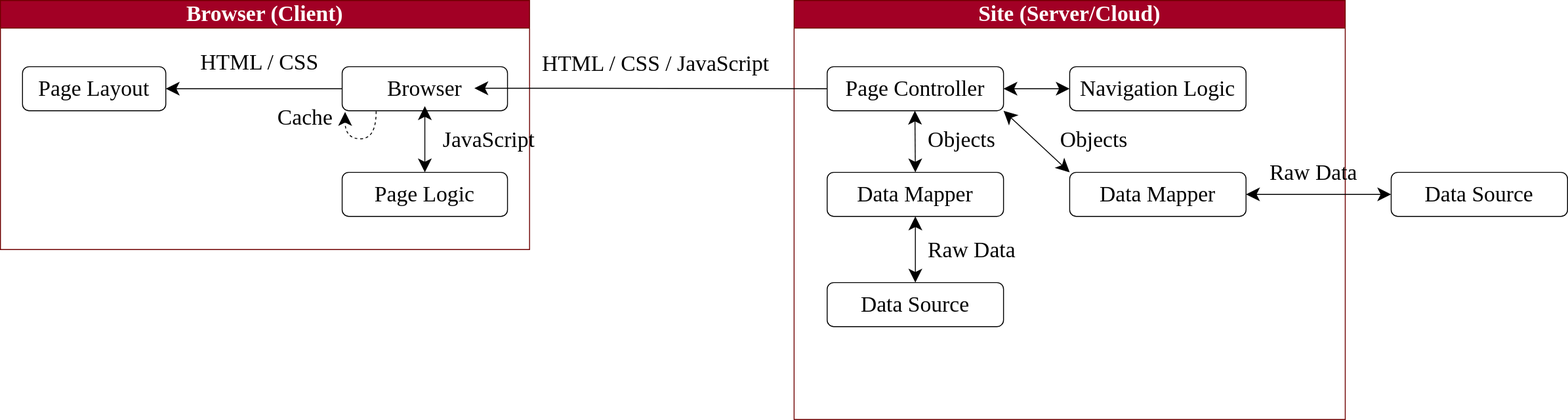
Above: slides/images/website-traditional-high-level.drawio.svg in andylech/talk-mobile-secrets (draw.io), before the change. Source tidied: cells renumbered, new cells last; positions are measured from the earlier drawing's top-left corner, leaving out a move shared by most shapes. Source of this version:
```xml
<mxGraphModel>
  <root>
    <mxCell id="0" />
    <mxCell id="1" parent="0" />
    <mxCell id="2" value="&lt;font style=&quot;font-size: 24px;&quot;&gt;Browser (Client)&lt;/font&gt;" style="swimlane;whiteSpace=wrap;html=1;fillColor=#a20025;fontColor=#ffffff;strokeColor=#6F0000;swimlaneFillColor=none;startSize=30;glass=0;rounded=0;fontSize=24;fontFamily=Martel Sans;fontSource=https%3A%2F%2Ffonts.googleapis.com%2Fcss%3Ffamily%3DMartel%2BSans;" parent="1" vertex="1">
      <mxGeometry width="576" height="271" as="geometry" />
    </mxCell>
    <mxCell id="3" value="Browser" style="rounded=1;whiteSpace=wrap;html=1;fontSize=24;startSize=30;fillColor=none;gradientColor=none;labelBackgroundColor=default;fontFamily=Martel Sans;fontSource=https%3A%2F%2Ffonts.googleapis.com%2Fcss%3Ffamily%3DMartel%2BSans;" parent="2" vertex="1">
      <mxGeometry x="372" y="72" width="180" height="48" as="geometry" />
    </mxCell>
    <mxCell id="4" value="&lt;font style=&quot;font-size: 24px;&quot;&gt;Page Layout&lt;/font&gt;" style="rounded=1;whiteSpace=wrap;html=1;fontSize=24;startSize=30;fillColor=none;gradientColor=none;labelBackgroundColor=default;fontFamily=Martel Sans;fontSource=https%3A%2F%2Ffonts.googleapis.com%2Fcss%3Ffamily%3DMartel%2BSans;" parent="2" vertex="1">
      <mxGeometry x="24" y="72" width="156" height="48" as="geometry" />
    </mxCell>
    <mxCell id="5" style="endArrow=none;html=1;fontSize=24;startSize=12;entryX=0;entryY=0.5;entryDx=0;entryDy=0;startArrow=classic;startFill=1;endFill=0;fontFamily=Martel Sans;fontSource=https%3A%2F%2Ffonts.googleapis.com%2Fcss%3Ffamily%3DMartel%2BSans;exitX=1;exitY=0.5;exitDx=0;exitDy=0;" parent="2" edge="1" source="4" target="3">
      <mxGeometry relative="1" as="geometry">
        <Array as="points">
          <mxPoint x="276" y="96" />
        </Array>
      </mxGeometry>
    </mxCell>
    <mxCell id="6" value="HTML / CSS" style="edgeLabel;html=1;align=left;verticalAlign=bottom;rounded=0;glass=0;labelBackgroundColor=none;labelBorderColor=none;fontSize=24;startSize=30;fillColor=none;gradientColor=none;fontFamily=Martel Sans;fontSource=https%3A%2F%2Ffonts.googleapis.com%2Fcss%3Ffamily%3DMartel%2BSans;" parent="5" vertex="1">
      <mxGeometry x="-1" relative="1" as="geometry">
        <mxPoint x="36" y="-12" as="offset" />
      </mxGeometry>
    </mxCell>
    <mxCell id="7" value="Page Logic" style="rounded=1;whiteSpace=wrap;html=1;fontSize=24;startSize=30;fillColor=none;gradientColor=none;labelBackgroundColor=default;fontFamily=Martel Sans;fontSource=https%3A%2F%2Ffonts.googleapis.com%2Fcss%3Ffamily%3DMartel%2BSans;" parent="2" vertex="1">
      <mxGeometry x="372" y="187" width="180" height="48" as="geometry" />
    </mxCell>
    <mxCell id="8" style="endArrow=classic;html=1;fontSize=24;startSize=12;startArrow=classic;startFill=1;endFill=1;endSize=12;entryX=0.5;entryY=0.896;entryDx=0;entryDy=0;entryPerimeter=0;fontFamily=Martel Sans;fontSource=https%3A%2F%2Ffonts.googleapis.com%2Fcss%3Ffamily%3DMartel%2BSans;exitX=0.5;exitY=0;exitDx=0;exitDy=0;" parent="2" edge="1" source="7" target="3">
      <mxGeometry relative="1" as="geometry" />
    </mxCell>
    <mxCell id="9" value="JavaScript" style="edgeLabel;html=1;align=left;verticalAlign=bottom;rounded=0;glass=0;labelBackgroundColor=none;labelBorderColor=none;fontSize=24;startSize=30;fillColor=none;gradientColor=none;fontFamily=Martel Sans;fontSource=https%3A%2F%2Ffonts.googleapis.com%2Fcss%3Ffamily%3DMartel%2BSans;" parent="8" vertex="1">
      <mxGeometry x="-1" relative="1" as="geometry">
        <mxPoint x="18" y="-19" as="offset" />
      </mxGeometry>
    </mxCell>
    <mxCell id="10" style="endArrow=classic;html=1;fontSize=24;startSize=12;endSize=12;edgeStyle=orthogonalEdgeStyle;curved=1;exitX=0.25;exitY=1;exitDx=0;exitDy=0;entryX=0.074;entryY=1.017;entryDx=0;entryDy=0;entryPerimeter=0;dashed=1;fontFamily=Martel Sans;fontSource=https%3A%2F%2Ffonts.googleapis.com%2Fcss%3Ffamily%3DMartel%2BSans;" parent="2" edge="1">
      <mxGeometry relative="1" as="geometry">
        <mxPoint x="409" y="120.5" as="sourcePoint" />
        <mxPoint x="375.2" y="121.3" as="targetPoint" />
        <Array as="points">
          <mxPoint x="409" y="150.5" />
          <mxPoint x="375" y="150.5" />
        </Array>
      </mxGeometry>
    </mxCell>
    <mxCell id="11" value="Cache" style="edgeLabel;html=1;align=left;verticalAlign=bottom;rounded=0;glass=0;labelBackgroundColor=none;labelBorderColor=none;fontSize=24;startSize=30;fillColor=none;gradientColor=none;fontFamily=Martel Sans;fontSource=https%3A%2F%2Ffonts.googleapis.com%2Fcss%3Ffamily%3DMartel%2BSans;" parent="10" vertex="1">
      <mxGeometry x="-1" relative="1" as="geometry">
        <mxPoint x="-109" y="23" as="offset" />
      </mxGeometry>
    </mxCell>
    <mxCell id="12" value="&lt;font style=&quot;font-size: 24px;&quot;&gt;Site (Server/Cloud)&lt;/font&gt;" style="swimlane;whiteSpace=wrap;html=1;fillColor=#a20025;fontColor=#ffffff;strokeColor=#6F0000;swimlaneFillColor=none;fontSize=24;startSize=30;fontFamily=Martel Sans;fontSource=https%3A%2F%2Ffonts.googleapis.com%2Fcss%3Ffamily%3DMartel%2BSans;" parent="1" vertex="1">
      <mxGeometry x="864" width="600" height="456" as="geometry" />
    </mxCell>
    <mxCell id="13" value="Page Controller" style="rounded=1;whiteSpace=wrap;html=1;fontSize=24;startSize=30;fillColor=none;gradientColor=none;fontFamily=Martel Sans;fontSource=https%3A%2F%2Ffonts.googleapis.com%2Fcss%3Ffamily%3DMartel%2BSans;" parent="12" vertex="1">
      <mxGeometry x="36" y="72" width="192" height="48" as="geometry" />
    </mxCell>
    <mxCell id="14" value="Data Mapper" style="rounded=1;whiteSpace=wrap;html=1;fontSize=24;startSize=30;fillColor=none;gradientColor=none;labelBackgroundColor=default;fontFamily=Martel Sans;fontSource=https%3A%2F%2Ffonts.googleapis.com%2Fcss%3Ffamily%3DMartel%2BSans;" parent="12" vertex="1">
      <mxGeometry x="36" y="187" width="192" height="48" as="geometry" />
    </mxCell>
    <mxCell id="15" value="Navigation Logic" style="rounded=1;whiteSpace=wrap;html=1;fontSize=24;startSize=30;fillColor=none;gradientColor=none;labelBackgroundColor=default;fontFamily=Martel Sans;fontSource=https%3A%2F%2Ffonts.googleapis.com%2Fcss%3Ffamily%3DMartel%2BSans;" parent="12" vertex="1">
      <mxGeometry x="300" y="72" width="192" height="48" as="geometry" />
    </mxCell>
    <mxCell id="16" style="endArrow=classic;startArrow=classic;html=1;fontFamily=Martel Sans;fontSource=https%3A%2F%2Ffonts.googleapis.com%2Fcss%3Ffamily%3DMartel%2BSans;endSize=12;exitX=1;exitY=0.5;exitDx=0;exitDy=0;entryX=0;entryY=0.5;entryDx=0;entryDy=0;startSize=12;fontSize=24;" parent="12" edge="1" source="13" target="15">
      <mxGeometry relative="1" as="geometry" />
    </mxCell>
    <mxCell id="17" value="Data Source" style="rounded=1;whiteSpace=wrap;html=1;fontSize=24;startSize=30;fillColor=none;gradientColor=none;labelBackgroundColor=default;fontFamily=Martel Sans;fontSource=https%3A%2F%2Ffonts.googleapis.com%2Fcss%3Ffamily%3DMartel%2BSans;" parent="12" vertex="1">
      <mxGeometry x="36" y="307" width="192" height="48" as="geometry" />
    </mxCell>
    <mxCell id="18" style="endArrow=classic;html=1;fontSize=24;startSize=12;startArrow=classic;startFill=1;endFill=1;endSize=12;fontFamily=Martel Sans;fontSource=https%3A%2F%2Ffonts.googleapis.com%2Fcss%3Ffamily%3DMartel%2BSans;" parent="12" edge="1">
      <mxGeometry relative="1" as="geometry">
        <mxPoint x="132" y="187" as="sourcePoint" />
        <mxPoint x="131.5" y="120" as="targetPoint" />
      </mxGeometry>
    </mxCell>
    <mxCell id="19" value="Objects" style="edgeLabel;html=1;align=left;verticalAlign=bottom;rounded=0;glass=0;labelBackgroundColor=none;labelBorderColor=none;fontSize=24;startSize=30;fillColor=none;gradientColor=none;fontFamily=Martel Sans;fontSource=https%3A%2F%2Ffonts.googleapis.com%2Fcss%3Ffamily%3DMartel%2BSans;" parent="18" vertex="1">
      <mxGeometry x="-1" relative="1" as="geometry">
        <mxPoint x="12" y="-19" as="offset" />
      </mxGeometry>
    </mxCell>
    <mxCell id="20" style="endArrow=classic;html=1;fontSize=24;startSize=12;startArrow=classic;startFill=1;endFill=1;endSize=12;exitX=0.5;exitY=0;exitDx=0;exitDy=0;fontFamily=Martel Sans;fontSource=https%3A%2F%2Ffonts.googleapis.com%2Fcss%3Ffamily%3DMartel%2BSans;" parent="12" edge="1" source="17">
      <mxGeometry relative="1" as="geometry">
        <mxPoint x="132" y="235" as="targetPoint" />
      </mxGeometry>
    </mxCell>
    <mxCell id="21" value="Raw Data" style="edgeLabel;html=1;align=left;verticalAlign=bottom;rounded=0;glass=0;labelBackgroundColor=none;labelBorderColor=none;fontSize=24;startSize=30;fillColor=none;gradientColor=none;fontFamily=Martel Sans;fontSource=https%3A%2F%2Ffonts.googleapis.com%2Fcss%3Ffamily%3DMartel%2BSans;" parent="20" vertex="1">
      <mxGeometry x="-1" relative="1" as="geometry">
        <mxPoint x="12" y="-19" as="offset" />
      </mxGeometry>
    </mxCell>
    <mxCell id="22" value="Data Mapper" style="rounded=1;whiteSpace=wrap;html=1;fontSize=24;startSize=30;fillColor=none;gradientColor=none;labelBackgroundColor=default;fontFamily=Martel Sans;fontSource=https%3A%2F%2Ffonts.googleapis.com%2Fcss%3Ffamily%3DMartel%2BSans;" parent="12" vertex="1">
      <mxGeometry x="300" y="187" width="192" height="48" as="geometry" />
    </mxCell>
    <mxCell id="23" style="endArrow=classic;html=1;fontSize=24;startSize=12;startArrow=classic;startFill=1;endFill=1;exitX=0;exitY=0;exitDx=0;exitDy=0;endSize=12;entryX=1;entryY=1;entryDx=0;entryDy=0;fontFamily=Martel Sans;fontSource=https%3A%2F%2Ffonts.googleapis.com%2Fcss%3Ffamily%3DMartel%2BSans;" parent="12" edge="1" source="22" target="13">
      <mxGeometry relative="1" as="geometry" />
    </mxCell>
    <mxCell id="24" value="Objects" style="edgeLabel;html=1;align=left;verticalAlign=bottom;rounded=0;glass=0;labelBackgroundColor=none;labelBorderColor=none;fontSize=24;startSize=30;fillColor=none;gradientColor=none;fontFamily=Martel Sans;fontSource=https%3A%2F%2Ffonts.googleapis.com%2Fcss%3Ffamily%3DMartel%2BSans;" parent="23" vertex="1">
      <mxGeometry x="-1" relative="1" as="geometry">
        <mxPoint x="-12" y="-19" as="offset" />
      </mxGeometry>
    </mxCell>
    <mxCell id="25" style="endArrow=none;html=1;fontSize=24;startSize=12;entryX=0;entryY=0.5;entryDx=0;entryDy=0;exitX=1;exitY=0.5;exitDx=0;exitDy=0;startArrow=classic;startFill=1;endFill=0;fontFamily=Martel Sans;fontSource=https%3A%2F%2Ffonts.googleapis.com%2Fcss%3Ffamily%3DMartel%2BSans;" parent="1" edge="1" target="13">
      <mxGeometry relative="1" as="geometry">
        <mxPoint x="516" y="95.5" as="sourcePoint" />
        <Array as="points">
          <mxPoint x="612" y="95.5" />
        </Array>
      </mxGeometry>
    </mxCell>
    <mxCell id="26" value="HTML / CSS / JavaScript" style="edgeLabel;html=1;align=left;verticalAlign=bottom;rounded=0;glass=0;labelBackgroundColor=none;labelBorderColor=none;fontSize=24;startSize=30;fillColor=none;gradientColor=none;fontFamily=Martel Sans;fontSource=https%3A%2F%2Ffonts.googleapis.com%2Fcss%3Ffamily%3DMartel%2BSans;" parent="25" vertex="1">
      <mxGeometry x="-1" relative="1" as="geometry">
        <mxPoint x="72" y="-11" as="offset" />
      </mxGeometry>
    </mxCell>
    <mxCell id="27" value="Data Source" style="rounded=1;whiteSpace=wrap;html=1;fontSize=24;startSize=30;fillColor=none;gradientColor=none;labelBackgroundColor=default;fontFamily=Martel Sans;fontSource=https%3A%2F%2Ffonts.googleapis.com%2Fcss%3Ffamily%3DMartel%2BSans;" parent="1" vertex="1">
      <mxGeometry x="1514" y="187" width="192" height="48" as="geometry" />
    </mxCell>
    <mxCell id="28" style="endArrow=classic;html=1;fontSize=24;startSize=12;startArrow=classic;startFill=1;endFill=1;exitX=0;exitY=0.5;exitDx=0;exitDy=0;endSize=12;entryX=1;entryY=0.5;entryDx=0;entryDy=0;fontFamily=Martel Sans;fontSource=https%3A%2F%2Ffonts.googleapis.com%2Fcss%3Ffamily%3DMartel%2BSans;" parent="1" edge="1" source="27" target="22">
      <mxGeometry relative="1" as="geometry" />
    </mxCell>
    <mxCell id="29" value="Raw Data" style="edgeLabel;html=1;align=left;verticalAlign=bottom;rounded=0;glass=0;labelBackgroundColor=none;labelBorderColor=none;fontSize=24;startSize=30;fillColor=none;gradientColor=none;fontFamily=Martel Sans;fontSource=https%3A%2F%2Ffonts.googleapis.com%2Fcss%3Ffamily%3DMartel%2BSans;" parent="28" vertex="1">
      <mxGeometry x="-1" relative="1" as="geometry">
        <mxPoint x="-134" y="-7" as="offset" />
      </mxGeometry>
    </mxCell>
  </root>
</mxGraphModel>
```
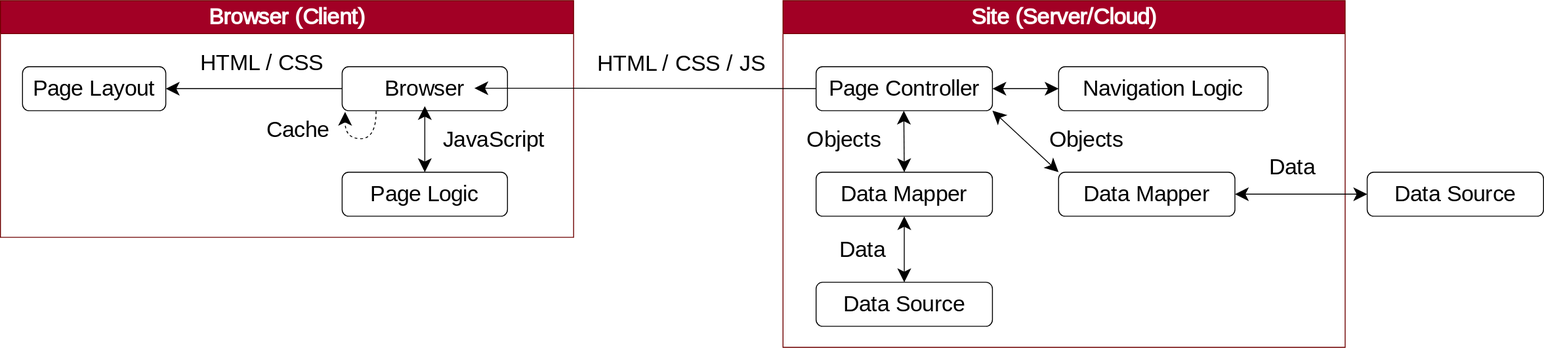
Above is the later version.

The edit, as a diff of the source:
```diff
@@ -2,8 +2,8 @@
   <root>
     <mxCell id="0" />
     <mxCell id="1" parent="0" />
-    <mxCell id="2" value="&lt;font style=&quot;font-size: 24px;&quot;&gt;Browser (Client)&lt;/font&gt;" style="swimlane;whiteSpace=wrap;html=1;fillColor=#a20025;fontColor=#ffffff;strokeColor=#6F0000;swimlaneFillColor=none;startSize=30;glass=0;rounded=0;fontSize=24;fontFamily=Martel Sans;fontSource=https%3A%2F%2Ffonts.googleapis.com%2Fcss%3Ffamily%3DMartel%2BSans;" parent="1" vertex="1">
-      <mxGeometry width="576" height="271" as="geometry" />
+    <mxCell id="2" value="&lt;font style=&quot;font-size: 24px;&quot;&gt;Browser (Client)&lt;/font&gt;" style="swimlane;whiteSpace=wrap;html=1;fillColor=#a20025;fontColor=#ffffff;strokeColor=#6F0000;swimlaneFillColor=none;startSize=36;glass=0;rounded=0;fontSize=24;fontFamily=Martel Sans;fontSource=https%3A%2F%2Ffonts.googleapis.com%2Fcss%3Ffamily%3DMartel%2BSans;" parent="1" vertex="1">
+      <mxGeometry x="-24" y="-30" width="624" height="258" as="geometry" />
     </mxCell>
     <mxCell id="3" value="Browser" style="rounded=1;whiteSpace=wrap;html=1;fontSize=24;startSize=30;fillColor=none;gradientColor=none;labelBackgroundColor=default;fontFamily=Martel Sans;fontSource=https%3A%2F%2Ffonts.googleapis.com%2Fcss%3Ffamily%3DMartel%2BSans;" parent="2" vertex="1">
       <mxGeometry x="372" y="72" width="180" height="48" as="geometry" />
@@ -46,11 +46,11 @@
     </mxCell>
     <mxCell id="11" value="Cache" style="edgeLabel;html=1;align=left;verticalAlign=bottom;rounded=0;glass=0;labelBackgroundColor=none;labelBorderColor=none;fontSize=24;startSize=30;fillColor=none;gradientColor=none;fontFamily=Martel Sans;fontSource=https%3A%2F%2Ffonts.googleapis.com%2Fcss%3Ffamily%3DMartel%2BSans;" parent="10" vertex="1">
       <mxGeometry x="-1" relative="1" as="geometry">
-        <mxPoint x="-109" y="23" as="offset" />
+        <mxPoint x="-121" y="36" as="offset" />
       </mxGeometry>
     </mxCell>
-    <mxCell id="12" value="&lt;font style=&quot;font-size: 24px;&quot;&gt;Site (Server/Cloud)&lt;/font&gt;" style="swimlane;whiteSpace=wrap;html=1;fillColor=#a20025;fontColor=#ffffff;strokeColor=#6F0000;swimlaneFillColor=none;fontSize=24;startSize=30;fontFamily=Martel Sans;fontSource=https%3A%2F%2Ffonts.googleapis.com%2Fcss%3Ffamily%3DMartel%2BSans;" parent="1" vertex="1">
-      <mxGeometry x="864" width="600" height="456" as="geometry" />
+    <mxCell id="12" value="&lt;font style=&quot;font-size: 24px;&quot;&gt;Site (Server/Cloud)&lt;/font&gt;" style="swimlane;whiteSpace=wrap;html=1;fillColor=#a20025;fontColor=#ffffff;strokeColor=#6F0000;swimlaneFillColor=none;fontSize=24;startSize=36;fontFamily=Martel Sans;fontSource=https%3A%2F%2Ffonts.googleapis.com%2Fcss%3Ffamily%3DMartel%2BSans;" parent="1" vertex="1">
+      <mxGeometry x="828" y="-30" width="612" height="378" as="geometry" />
     </mxCell>
     <mxCell id="13" value="Page Controller" style="rounded=1;whiteSpace=wrap;html=1;fontSize=24;startSize=30;fillColor=none;gradientColor=none;fontFamily=Martel Sans;fontSource=https%3A%2F%2Ffonts.googleapis.com%2Fcss%3Ffamily%3DMartel%2BSans;" parent="12" vertex="1">
       <mxGeometry x="36" y="72" width="192" height="48" as="geometry" />
@@ -59,7 +59,7 @@
       <mxGeometry x="36" y="187" width="192" height="48" as="geometry" />
     </mxCell>
     <mxCell id="15" value="Navigation Logic" style="rounded=1;whiteSpace=wrap;html=1;fontSize=24;startSize=30;fillColor=none;gradientColor=none;labelBackgroundColor=default;fontFamily=Martel Sans;fontSource=https%3A%2F%2Ffonts.googleapis.com%2Fcss%3Ffamily%3DMartel%2BSans;" parent="12" vertex="1">
-      <mxGeometry x="300" y="72" width="192" height="48" as="geometry" />
+      <mxGeometry x="300" y="72" width="228" height="48" as="geometry" />
     </mxCell>
     <mxCell id="16" style="endArrow=classic;startArrow=classic;html=1;fontFamily=Martel Sans;fontSource=https%3A%2F%2Ffonts.googleapis.com%2Fcss%3Ffamily%3DMartel%2BSans;endSize=12;exitX=1;exitY=0.5;exitDx=0;exitDy=0;entryX=0;entryY=0.5;entryDx=0;entryDy=0;startSize=12;fontSize=24;" parent="12" edge="1" source="13" target="15">
       <mxGeometry relative="1" as="geometry" />
@@ -75,7 +75,7 @@
     </mxCell>
     <mxCell id="19" value="Objects" style="edgeLabel;html=1;align=left;verticalAlign=bottom;rounded=0;glass=0;labelBackgroundColor=none;labelBorderColor=none;fontSize=24;startSize=30;fillColor=none;gradientColor=none;fontFamily=Martel Sans;fontSource=https%3A%2F%2Ffonts.googleapis.com%2Fcss%3Ffamily%3DMartel%2BSans;" parent="18" vertex="1">
       <mxGeometry x="-1" relative="1" as="geometry">
-        <mxPoint x="12" y="-19" as="offset" />
+        <mxPoint x="-108" y="-19" as="offset" />
       </mxGeometry>
     </mxCell>
     <mxCell id="20" style="endArrow=classic;html=1;fontSize=24;startSize=12;startArrow=classic;startFill=1;endFill=1;endSize=12;exitX=0.5;exitY=0;exitDx=0;exitDy=0;fontFamily=Martel Sans;fontSource=https%3A%2F%2Ffonts.googleapis.com%2Fcss%3Ffamily%3DMartel%2BSans;" parent="12" edge="1" source="17">
@@ -83,9 +83,9 @@
         <mxPoint x="132" y="235" as="targetPoint" />
       </mxGeometry>
     </mxCell>
-    <mxCell id="21" value="Raw Data" style="edgeLabel;html=1;align=left;verticalAlign=bottom;rounded=0;glass=0;labelBackgroundColor=none;labelBorderColor=none;fontSize=24;startSize=30;fillColor=none;gradientColor=none;fontFamily=Martel Sans;fontSource=https%3A%2F%2Ffonts.googleapis.com%2Fcss%3Ffamily%3DMartel%2BSans;" parent="20" vertex="1">
+    <mxCell id="21" value="Data" style="edgeLabel;html=1;align=left;verticalAlign=bottom;rounded=0;glass=0;labelBackgroundColor=none;labelBorderColor=none;fontSize=24;startSize=30;fillColor=none;gradientColor=none;fontFamily=Martel Sans;fontSource=https%3A%2F%2Ffonts.googleapis.com%2Fcss%3Ffamily%3DMartel%2BSans;" parent="20" vertex="1">
       <mxGeometry x="-1" relative="1" as="geometry">
-        <mxPoint x="12" y="-19" as="offset" />
+        <mxPoint x="-72" y="-19" as="offset" />
       </mxGeometry>
     </mxCell>
     <mxCell id="22" value="Data Mapper" style="rounded=1;whiteSpace=wrap;html=1;fontSize=24;startSize=30;fillColor=none;gradientColor=none;labelBackgroundColor=default;fontFamily=Martel Sans;fontSource=https%3A%2F%2Ffonts.googleapis.com%2Fcss%3Ffamily%3DMartel%2BSans;" parent="12" vertex="1">
@@ -101,26 +101,26 @@
     </mxCell>
     <mxCell id="25" style="endArrow=none;html=1;fontSize=24;startSize=12;entryX=0;entryY=0.5;entryDx=0;entryDy=0;exitX=1;exitY=0.5;exitDx=0;exitDy=0;startArrow=classic;startFill=1;endFill=0;fontFamily=Martel Sans;fontSource=https%3A%2F%2Ffonts.googleapis.com%2Fcss%3Ffamily%3DMartel%2BSans;" parent="1" edge="1" target="13">
       <mxGeometry relative="1" as="geometry">
-        <mxPoint x="516" y="95.5" as="sourcePoint" />
+        <mxPoint x="492" y="65.5" as="sourcePoint" />
         <Array as="points">
-          <mxPoint x="612" y="95.5" />
+          <mxPoint x="588" y="65.5" />
         </Array>
       </mxGeometry>
     </mxCell>
-    <mxCell id="26" value="HTML / CSS / JavaScript" style="edgeLabel;html=1;align=left;verticalAlign=bottom;rounded=0;glass=0;labelBackgroundColor=none;labelBorderColor=none;fontSize=24;startSize=30;fillColor=none;gradientColor=none;fontFamily=Martel Sans;fontSource=https%3A%2F%2Ffonts.googleapis.com%2Fcss%3Ffamily%3DMartel%2BSans;" parent="25" vertex="1">
+    <mxCell id="26" value="HTML / CSS / JS" style="edgeLabel;html=1;align=left;verticalAlign=bottom;rounded=0;glass=0;labelBackgroundColor=none;labelBorderColor=none;fontSize=24;startSize=30;fillColor=none;gradientColor=none;fontFamily=Martel Sans;fontSource=https%3A%2F%2Ffonts.googleapis.com%2Fcss%3Ffamily%3DMartel%2BSans;" parent="25" vertex="1">
       <mxGeometry x="-1" relative="1" as="geometry">
-        <mxPoint x="72" y="-11" as="offset" />
+        <mxPoint x="132" y="-11" as="offset" />
       </mxGeometry>
     </mxCell>
     <mxCell id="27" value="Data Source" style="rounded=1;whiteSpace=wrap;html=1;fontSize=24;startSize=30;fillColor=none;gradientColor=none;labelBackgroundColor=default;fontFamily=Martel Sans;fontSource=https%3A%2F%2Ffonts.googleapis.com%2Fcss%3Ffamily%3DMartel%2BSans;" parent="1" vertex="1">
-      <mxGeometry x="1514" y="187" width="192" height="48" as="geometry" />
+      <mxGeometry x="1464" y="157" width="192" height="48" as="geometry" />
     </mxCell>
     <mxCell id="28" style="endArrow=classic;html=1;fontSize=24;startSize=12;startArrow=classic;startFill=1;endFill=1;exitX=0;exitY=0.5;exitDx=0;exitDy=0;endSize=12;entryX=1;entryY=0.5;entryDx=0;entryDy=0;fontFamily=Martel Sans;fontSource=https%3A%2F%2Ffonts.googleapis.com%2Fcss%3Ffamily%3DMartel%2BSans;" parent="1" edge="1" source="27" target="22">
       <mxGeometry relative="1" as="geometry" />
     </mxCell>
-    <mxCell id="29" value="Raw Data" style="edgeLabel;html=1;align=left;verticalAlign=bottom;rounded=0;glass=0;labelBackgroundColor=none;labelBorderColor=none;fontSize=24;startSize=30;fillColor=none;gradientColor=none;fontFamily=Martel Sans;fontSource=https%3A%2F%2Ffonts.googleapis.com%2Fcss%3Ffamily%3DMartel%2BSans;" parent="28" vertex="1">
+    <mxCell id="29" value="Data" style="edgeLabel;html=1;align=left;verticalAlign=bottom;rounded=0;glass=0;labelBackgroundColor=none;labelBorderColor=none;fontSize=24;startSize=30;fillColor=none;gradientColor=none;fontFamily=Martel Sans;fontSource=https%3A%2F%2Ffonts.googleapis.com%2Fcss%3Ffamily%3DMartel%2BSans;" parent="28" vertex="1">
       <mxGeometry x="-1" relative="1" as="geometry">
-        <mxPoint x="-134" y="-7" as="offset" />
+        <mxPoint x="-108" y="-13" as="offset" />
       </mxGeometry>
     </mxCell>
   </root>
```
